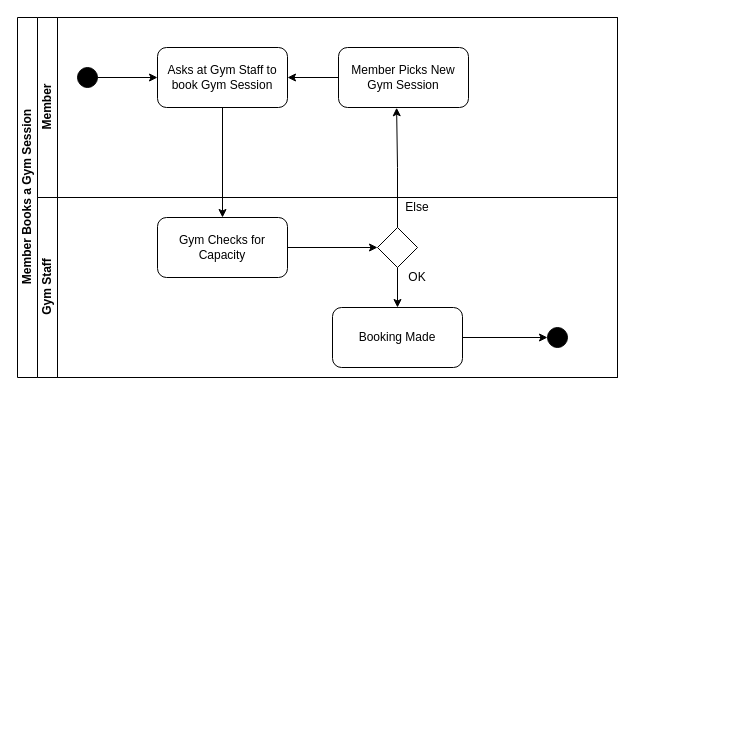
Earlier version of the draw.io diagram diagrams/project_activity_diagram.drawio (M5FGN/codeclan_project_gymclan). Source tidied: cells renumbered, new cells numbered last; positions are measured from the earlier drawing's top-left corner, leaving out a move shared by most shapes. Both pictures are drawn from the tidied source at 100%, with x=0, y=0 at pixel (17, 17).
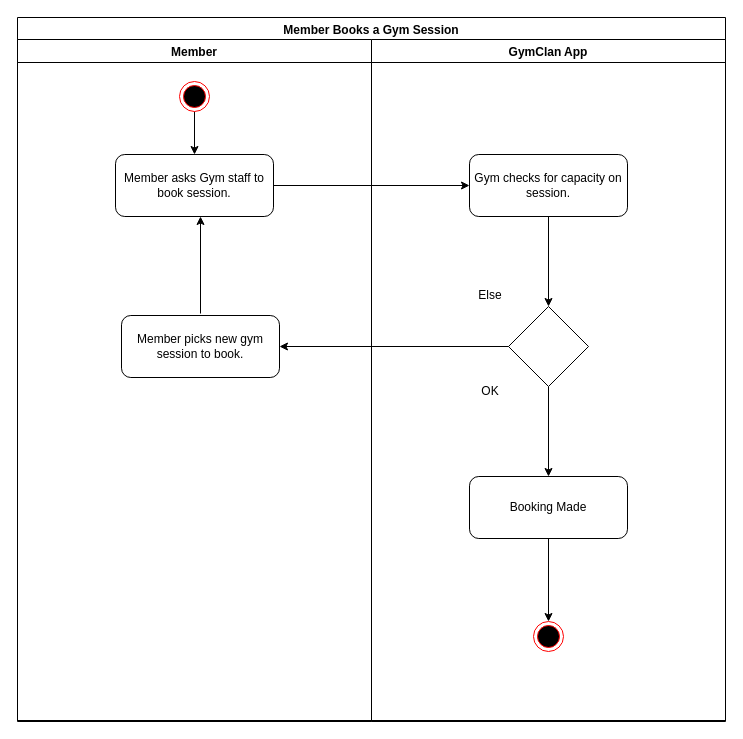
The same page after the edit.

Commit message:
Update Project Activity Diagram

Diff of the diagram source:
```diff
@@
-    <mxCell id="2" value="Member Books a Gym Session" style="swimlane;html=1;horizontal=0;startSize=20;" parent="1" vertex="1">
-      <mxGeometry width="600" height="360" as="geometry" />
+    <mxCell id="2" value="Member Books a Gym Session" style="swimlane;" parent="1" vertex="1">
+      <mxGeometry width="708" height="703" as="geometry" />
     </mxCell>
-    <mxCell id="3" value="Member" style="swimlane;html=1;startSize=20;horizontal=0;" parent="2" vertex="1">
-      <mxGeometry x="20" width="580" height="180" as="geometry" />
+    <mxCell id="3" value="Member" style="swimlane;startSize=23;" parent="2" vertex="1">
+      <mxGeometry y="22" width="354" height="682" as="geometry" />
     </mxCell>
-    <mxCell id="4" style="edgeStyle=orthogonalEdgeStyle;rounded=0;jettySize=auto;html=1;" parent="3" edge="1" source="5" target="6">
-      <mxGeometry relative="1" as="geometry" />
-    </mxCell>
-    <mxCell id="5" style="ellipse;whiteSpace=wrap;html=1;fillColor=#000000;" parent="3" vertex="1">
-      <mxGeometry x="40" y="50" width="20" height="20" as="geometry" />
-    </mxCell>
-    <mxCell id="6" value="Asks at Gym Staff to book Gym Session" style="rounded=1;whiteSpace=wrap;html=1;fontFamily=Helvetica;fontSize=12;fontColor=#000000;align=center;" parent="3" vertex="1">
-      <mxGeometry x="120" y="30" width="130" height="60" as="geometry" />
-    </mxCell>
-    <mxCell id="7" style="edgeStyle=orthogonalEdgeStyle;rounded=0;jettySize=auto;html=1;exitX=0;exitY=0.5;exitDx=0;exitDy=0;entryX=1;entryY=0.5;entryDx=0;entryDy=0;" parent="3" edge="1" source="8" target="6">
-      <mxGeometry relative="1" as="geometry" />
-    </mxCell>
-    <mxCell id="8" value="Member Picks New Gym Session" style="rounded=1;whiteSpace=wrap;html=1;fontFamily=Helvetica;fontSize=12;fontColor=#000000;align=center;" parent="3" vertex="1">
-      <mxGeometry x="301" y="30" width="130" height="60" as="geometry" />
-    </mxCell>
-    <mxCell id="9" value="Gym Staff" style="swimlane;html=1;startSize=20;horizontal=0;" parent="2" vertex="1">
-      <mxGeometry x="20" y="180" width="580" height="180" as="geometry" />
-    </mxCell>
-    <mxCell id="10" style="edgeStyle=orthogonalEdgeStyle;rounded=0;jettySize=auto;html=1;exitX=0.5;exitY=1;exitDx=0;exitDy=0;entryX=0.5;entryY=0;entryDx=0;entryDy=0;" parent="9" edge="1" source="11" target="15">
-      <mxGeometry relative="1" as="geometry" />
-    </mxCell>
-    <mxCell id="11" style="rhombus;whiteSpace=wrap;html=1;fontFamily=Helvetica;fontSize=12;fontColor=#000000;align=center;" parent="9" vertex="1">
-      <mxGeometry x="340" y="30" width="40" height="40" as="geometry" />
-    </mxCell>
-    <mxCell id="12" style="edgeStyle=orthogonalEdgeStyle;rounded=0;jettySize=auto;html=1;exitX=1;exitY=0.5;exitDx=0;exitDy=0;" parent="9" edge="1" source="13" target="11">
-      <mxGeometry relative="1" as="geometry" />
-    </mxCell>
-    <mxCell id="13" value="Gym Checks for Capacity" style="rounded=1;whiteSpace=wrap;html=1;fontFamily=Helvetica;fontSize=12;fontColor=#000000;align=center;" parent="9" vertex="1">
-      <mxGeometry x="120" y="20" width="130" height="60" as="geometry" />
-    </mxCell>
-    <mxCell id="14" style="edgeStyle=orthogonalEdgeStyle;rounded=0;jettySize=auto;html=1;exitX=1;exitY=0.5;exitDx=0;exitDy=0;entryX=0;entryY=0.5;entryDx=0;entryDy=0;" parent="9" edge="1" source="15" target="18">
-      <mxGeometry relative="1" as="geometry" />
-    </mxCell>
+    <mxCell id="21" style="edgeStyle=orthogonalEdgeStyle;rounded=0;jettySize=auto;html=1;exitX=0.5;exitY=1;exitDx=0;exitDy=0;" parent="3" edge="1" source="22" target="23">
+      <mxGeometry relative="1" as="geometry" />
+    </mxCell>
+    <mxCell id="22" style="ellipse;html=1;shape=endState;fillColor=#000000;strokeColor=#ff0000;" parent="3" vertex="1">
+      <mxGeometry x="162" y="42" width="30" height="30" as="geometry" />
+    </mxCell>
+    <mxCell id="23" value="Member asks Gym staff to book session." style="rounded=1;whiteSpace=wrap;html=1;" parent="3" vertex="1">
+      <mxGeometry x="98" y="115" width="158" height="62" as="geometry" />
+    </mxCell>
+    <mxCell id="24" value="Member picks new gym session to book." style="rounded=1;whiteSpace=wrap;html=1;" parent="3" vertex="1">
+      <mxGeometry x="104" y="276" width="158" height="62" as="geometry" />
+    </mxCell>
+    <mxCell id="25" value="GymClan App" style="swimlane;" parent="2" vertex="1">
+      <mxGeometry x="354" y="22" width="354" height="682" as="geometry" />
+    </mxCell>
+    <mxCell id="26" style="ellipse;html=1;shape=endState;fillColor=#000000;strokeColor=#ff0000;" parent="25" vertex="1">
+      <mxGeometry x="162" y="582" width="30" height="30" as="geometry" />
+    </mxCell>
+    <mxCell id="27" style="edgeStyle=orthogonalEdgeStyle;rounded=0;jettySize=auto;html=1;exitX=0.5;exitY=1;exitDx=0;exitDy=0;" parent="25" edge="1" source="28" target="30">
+      <mxGeometry relative="1" as="geometry" />
+    </mxCell>
+    <mxCell id="28" value="Gym checks for capacity on session." style="rounded=1;whiteSpace=wrap;html=1;" parent="25" vertex="1">
+      <mxGeometry x="98" y="115" width="158" height="62" as="geometry" />
+    </mxCell>
+    <mxCell id="29" style="edgeStyle=orthogonalEdgeStyle;rounded=0;jettySize=auto;html=1;exitX=0.5;exitY=1;exitDx=0;exitDy=0;entryX=0.5;entryY=0;entryDx=0;entryDy=0;" parent="25" edge="1" source="30" target="15">
+      <mxGeometry relative="1" as="geometry" />
+    </mxCell>
+    <mxCell id="30" style="rhombus;whiteSpace=wrap;html=1;" parent="25" vertex="1">
+      <mxGeometry x="137" y="267" width="80" height="80" as="geometry" />
+    </mxCell>
+    <mxCell id="17" value="Else" style="text;html=1;strokeColor=none;fillColor=none;align=center;verticalAlign=middle;whiteSpace=wrap;rounded=0;" parent="25" vertex="1">
+      <mxGeometry x="89" y="236" width="60" height="39" as="geometry" />
+    </mxCell>
+    <mxCell id="16" value="OK" style="text;html=1;strokeColor=none;fillColor=none;align=center;verticalAlign=middle;whiteSpace=wrap;rounded=0;" parent="25" vertex="1">
+      <mxGeometry x="89" y="332" width="60" height="39" as="geometry" />
+    </mxCell>
+    <mxCell id="31" style="edgeStyle=orthogonalEdgeStyle;rounded=0;jettySize=auto;html=1;exitX=0.5;exitY=1;exitDx=0;exitDy=0;entryX=0.5;entryY=0;entryDx=0;entryDy=0;" parent="25" edge="1" source="15" target="26">
+      <mxGeometry relative="1" as="geometry" />
+    </mxCell>
-    <mxCell id="15" value="Booking Made" style="rounded=1;whiteSpace=wrap;html=1;fontFamily=Helvetica;fontSize=12;fontColor=#000000;align=center;" parent="9" vertex="1">
-      <mxGeometry x="295" y="110" width="130" height="60" as="geometry" />
+    <mxCell id="15" value="Booking Made" style="rounded=1;whiteSpace=wrap;html=1;" parent="25" vertex="1">
+      <mxGeometry x="98" y="437" width="158" height="62" as="geometry" />
     </mxCell>
-    <mxCell id="16" value="OK" style="text;html=1;strokeColor=none;fillColor=none;align=center;verticalAlign=middle;whiteSpace=wrap;rounded=0;" parent="9" vertex="1">
-      <mxGeometry x="360" y="70" width="40" height="20" as="geometry" />
-    </mxCell>
-    <mxCell id="17" value="Else" style="text;html=1;strokeColor=none;fillColor=none;align=center;verticalAlign=middle;whiteSpace=wrap;rounded=0;" parent="9" vertex="1">
-      <mxGeometry x="360" width="40" height="20" as="geometry" />
-    </mxCell>
-    <mxCell id="18" style="ellipse;whiteSpace=wrap;html=1;fillColor=#000000;" parent="9" vertex="1">
-      <mxGeometry x="510" y="130" width="20" height="20" as="geometry" />
-    </mxCell>
-    <mxCell id="19" style="edgeStyle=orthogonalEdgeStyle;rounded=0;jettySize=auto;html=1;exitX=0.5;exitY=1;exitDx=0;exitDy=0;entryX=0.5;entryY=0;entryDx=0;entryDy=0;" parent="2" edge="1" source="6" target="13">
-      <mxGeometry relative="1" as="geometry" />
-    </mxCell>
-    <mxCell id="20" style="edgeStyle=orthogonalEdgeStyle;rounded=0;jettySize=auto;html=1;exitX=0.5;exitY=0;exitDx=0;exitDy=0;entryX=0.447;entryY=1.004;entryDx=0;entryDy=0;entryPerimeter=0;" parent="2" edge="1" source="11" target="8">
-      <mxGeometry relative="1" as="geometry" />
-    </mxCell>
+    <mxCell id="32" style="edgeStyle=orthogonalEdgeStyle;rounded=0;jettySize=auto;html=1;exitX=1;exitY=0.5;exitDx=0;exitDy=0;entryX=0;entryY=0.5;entryDx=0;entryDy=0;" parent="2" edge="1" source="23" target="28">
+      <mxGeometry relative="1" as="geometry" />
+    </mxCell>
+    <mxCell id="33" style="edgeStyle=orthogonalEdgeStyle;rounded=0;jettySize=auto;html=1;exitX=0;exitY=0.5;exitDx=0;exitDy=0;" parent="2" edge="1" source="30" target="24">
+      <mxGeometry relative="1" as="geometry" />
+    </mxCell>
+    <mxCell id="34" style="edgeStyle=orthogonalEdgeStyle;rounded=0;orthogonalLoop=1;jettySize=auto;html=1;" parent="1" edge="1">
+      <mxGeometry relative="1" as="geometry">
+        <mxPoint x="183" y="296" as="sourcePoint" />
+        <mxPoint x="183" y="199" as="targetPoint" />
+      </mxGeometry>
+    </mxCell>
```
